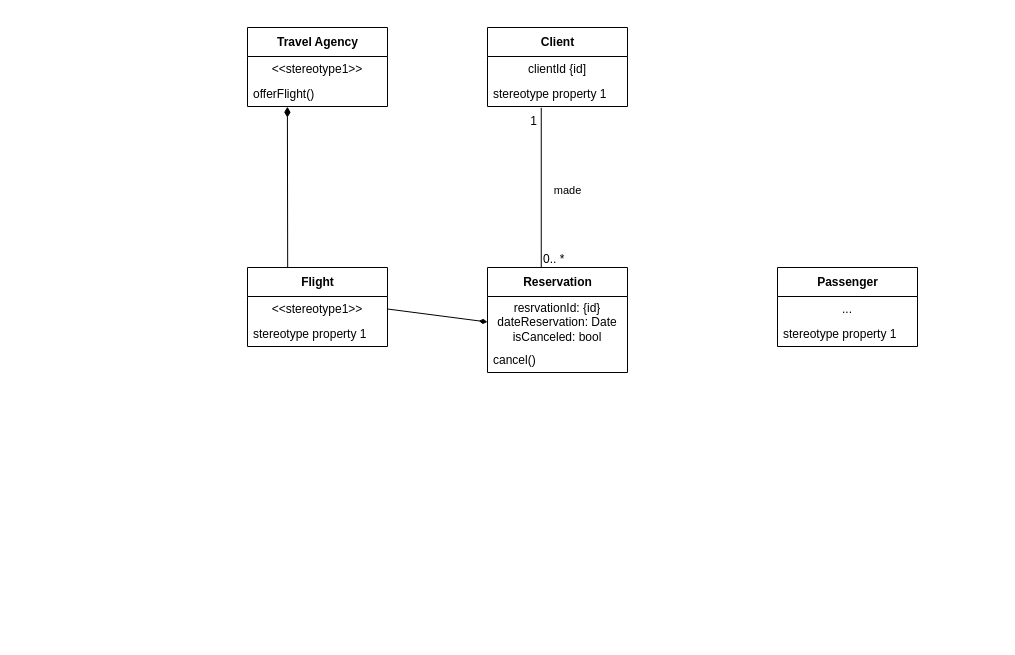
Earlier version of the draw.io diagram diag_class.drawio (plx-edu/brief-travel-uml). Source tidied: cells renumbered, new cells numbered last; positions are measured from the earlier drawing's top-left corner, leaving out a move shared by most shapes. Both pictures are drawn from the tidied source at 100%, with x=0, y=0 at pixel (247, 27).
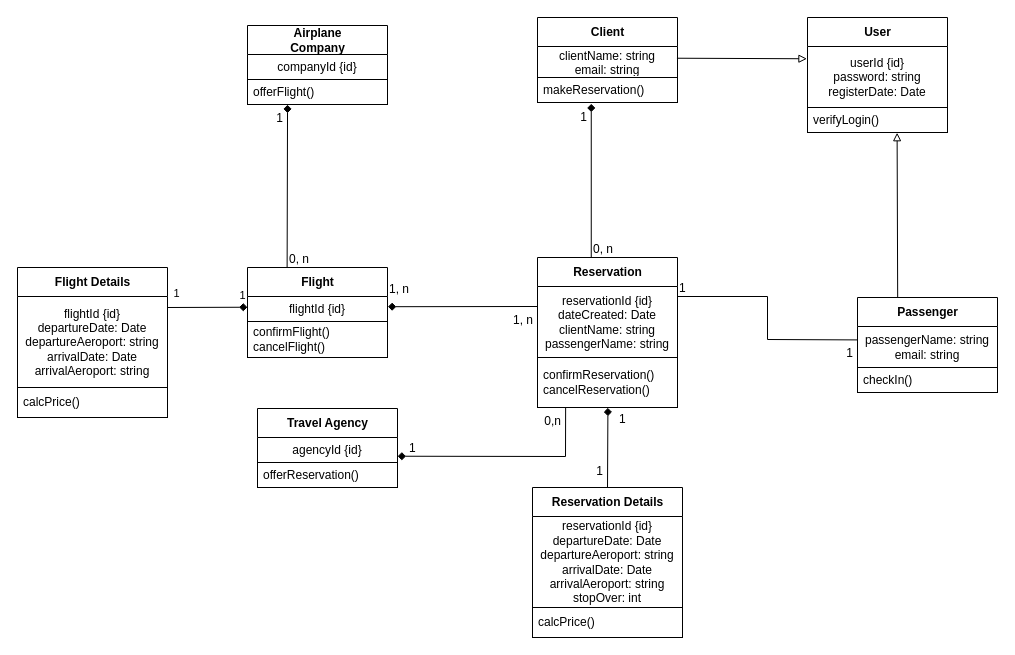
The same page after the edit.

Commit message (it also covers changes not shown here):
Updated class diagram, added png file

Change to the diagram source:
```diff
@@
     <mxCell id="2" value="Client" style="swimlane;fontStyle=1;align=center;verticalAlign=middle;horizontal=1;startSize=29;html=1;" parent="1" vertex="1">
-      <mxGeometry x="240" width="140" height="79" as="geometry" />
+      <mxGeometry x="290" y="-10" width="140" height="85" as="geometry" />
     </mxCell>
-    <mxCell id="3" value="clientId {id]" style="text;html=1;strokeColor=none;fillColor=none;align=center;verticalAlign=middle;spacingLeft=4;spacingRight=4;overflow=hidden;points=[[0,0.5],[1,0.5]];portConstraint=eastwest;" parent="2" vertex="1">
-      <mxGeometry y="29" width="140" height="25" as="geometry" />
+    <mxCell id="3" value="clientName: string&lt;br&gt;email: string" style="text;html=1;strokeColor=none;fillColor=none;align=center;verticalAlign=middle;spacingLeft=4;spacingRight=4;overflow=hidden;points=[[0,0.5],[1,0.5]];portConstraint=eastwest;" parent="2" vertex="1">
+      <mxGeometry y="29" width="140" height="31" as="geometry" />
     </mxCell>
-    <mxCell id="4" value="stereotype property 1" style="text;html=1;strokeColor=none;fillColor=none;align=left;verticalAlign=middle;spacingLeft=4;spacingRight=4;overflow=hidden;points=[[0,0.5],[1,0.5]];portConstraint=eastwest;" parent="2" vertex="1">
-      <mxGeometry y="54" width="140" height="25" as="geometry" />
+    <mxCell id="4" value="makeReservation()" style="text;html=1;strokeColor=default;fillColor=none;align=left;verticalAlign=middle;spacingLeft=4;spacingRight=4;overflow=hidden;points=[[0,0.5],[1,0.5]];portConstraint=eastwest;" parent="2" vertex="1">
+      <mxGeometry y="60" width="140" height="25" as="geometry" />
     </mxCell>
     <mxCell id="5" value="Flight" style="swimlane;fontStyle=1;align=center;verticalAlign=middle;horizontal=1;startSize=29;html=1;" parent="1" vertex="1">
-      <mxGeometry y="240" width="140" height="79" as="geometry" />
+      <mxGeometry y="240" width="140" height="90" as="geometry" />
     </mxCell>
-    <mxCell id="6" value="&amp;lt;&amp;lt;stereotype1&amp;gt;&amp;gt;" style="text;html=1;strokeColor=none;fillColor=none;align=center;verticalAlign=middle;spacingLeft=4;spacingRight=4;overflow=hidden;points=[[0,0.5],[1,0.5]];portConstraint=eastwest;" parent="5" vertex="1">
+    <mxCell id="6" value="flightId {id}" style="text;html=1;strokeColor=none;fillColor=none;align=center;verticalAlign=middle;spacingLeft=4;spacingRight=4;overflow=hidden;points=[[0,0.5],[1,0.5]];portConstraint=eastwest;" parent="5" vertex="1">
       <mxGeometry y="29" width="140" height="25" as="geometry" />
     </mxCell>
-    <mxCell id="7" value="stereotype property 1" style="text;html=1;strokeColor=none;fillColor=none;align=left;verticalAlign=middle;spacingLeft=4;spacingRight=4;overflow=hidden;" parent="5" vertex="1">
-      <mxGeometry y="54" width="140" height="25" as="geometry" />
+    <mxCell id="7" value="confirmFlight()&lt;br&gt;cancelFlight()" style="text;html=1;strokeColor=default;fillColor=none;align=left;verticalAlign=middle;spacingLeft=4;spacingRight=4;overflow=hidden;" parent="5" vertex="1">
+      <mxGeometry y="54" width="140" height="36" as="geometry" />
     </mxCell>
-    <mxCell id="8" value="Travel Agency" style="swimlane;fontStyle=1;align=center;verticalAlign=middle;horizontal=1;startSize=29;html=1;" parent="1" vertex="1">
-      <mxGeometry width="140" height="79" as="geometry" />
+    <mxCell id="8" value="Airplane&lt;br&gt;Company" style="swimlane;fontStyle=1;align=center;verticalAlign=middle;horizontal=1;startSize=29;html=1;" parent="1" vertex="1">
+      <mxGeometry y="-2" width="140" height="79" as="geometry" />
     </mxCell>
-    <mxCell id="9" value="&amp;lt;&amp;lt;stereotype1&amp;gt;&amp;gt;" style="text;html=1;strokeColor=none;fillColor=none;align=center;verticalAlign=middle;spacingLeft=4;spacingRight=4;overflow=hidden;" parent="8" vertex="1">
+    <mxCell id="9" value="companyId {id}" style="text;html=1;strokeColor=none;fillColor=none;align=center;verticalAlign=middle;spacingLeft=4;spacingRight=4;overflow=hidden;" parent="8" vertex="1">
       <mxGeometry y="29" width="140" height="25" as="geometry" />
     </mxCell>
-    <mxCell id="10" value="offerFlight()" style="text;html=1;strokeColor=none;fillColor=none;align=left;verticalAlign=middle;spacingLeft=4;spacingRight=4;overflow=hidden;points=[[0,0.5],[1,0.5]];portConstraint=eastwest;" parent="8" vertex="1">
+    <mxCell id="10" value="offerFlight()" style="text;html=1;strokeColor=default;fillColor=none;align=left;verticalAlign=middle;spacingLeft=4;spacingRight=4;overflow=hidden;points=[[0,0.5],[1,0.5]];portConstraint=eastwest;" parent="8" vertex="1">
       <mxGeometry y="54" width="140" height="25" as="geometry" />
     </mxCell>
-    <mxCell id="11" style="endArrow=none;startArrow=diamondThin;endFill=0;startFill=1;html=1;verticalAlign=bottom;labelBackgroundColor=none;strokeWidth=1;startSize=8;endSize=8;exitX=0.285;exitY=1.009;exitDx=0;exitDy=0;exitPerimeter=0;entryX=0.287;entryY=0;entryDx=0;entryDy=0;entryPerimeter=0;" parent="1" edge="1" source="10" target="5">
-      <mxGeometry relative="1" as="geometry" />
-    </mxCell>
     <mxCell id="12" value="Reservation" style="swimlane;fontStyle=1;align=center;verticalAlign=middle;horizontal=1;startSize=29;html=1;" parent="1" vertex="1">
-      <mxGeometry x="240" y="240" width="140" height="105" as="geometry" />
+      <mxGeometry x="290" y="230" width="140" height="150" as="geometry" />
     </mxCell>
-    <mxCell id="13" value="resrvationId: {id}&lt;br&gt;dateReservation: Date&lt;br&gt;isCanceled: bool" style="text;html=1;strokeColor=none;fillColor=none;align=center;verticalAlign=middle;spacingLeft=4;spacingRight=4;overflow=hidden;points=[[0,0.5],[1,0.5]];portConstraint=eastwest;" parent="12" vertex="1">
-      <mxGeometry y="29" width="140" height="51" as="geometry" />
+    <mxCell id="13" value="reservationId {id}&lt;br&gt;dateCreated: Date&lt;br&gt;clientName: string&lt;br&gt;passengerName: string" style="text;html=1;strokeColor=none;fillColor=none;align=center;verticalAlign=middle;spacingLeft=4;spacingRight=4;overflow=hidden;points=[[0,0.5],[1,0.5]];portConstraint=eastwest;" parent="12" vertex="1">
+      <mxGeometry y="29" width="140" height="71" as="geometry" />
     </mxCell>
-    <mxCell id="14" value="cancel()" style="text;html=1;strokeColor=none;fillColor=none;align=left;verticalAlign=middle;spacingLeft=4;spacingRight=4;overflow=hidden;points=[[0,0.5],[1,0.5]];portConstraint=eastwest;" parent="12" vertex="1">
-      <mxGeometry y="80" width="140" height="25" as="geometry" />
+    <mxCell id="14" value="confirmReservation()&lt;br&gt;cancelReservation()" style="text;html=1;strokeColor=default;fillColor=none;align=left;verticalAlign=middle;spacingLeft=4;spacingRight=4;overflow=hidden;points=[[0,0.5],[1,0.5]];portConstraint=eastwest;" parent="12" vertex="1">
+      <mxGeometry y="100" width="140" height="50" as="geometry" />
     </mxCell>
-    <mxCell id="15" value="made" style="endArrow=none;html=1;rounded=0;align=center;verticalAlign=top;endFill=0;labelBackgroundColor=none;entryX=0.384;entryY=1.051;entryDx=0;entryDy=0;entryPerimeter=0;exitX=0.384;exitY=0;exitDx=0;exitDy=0;exitPerimeter=0;" parent="1" edge="1" source="12" target="4">
+    <mxCell id="15" style="endArrow=diamond;html=1;rounded=0;align=center;verticalAlign=top;endFill=1;labelBackgroundColor=none;entryX=0.384;entryY=1.051;entryDx=0;entryDy=0;entryPerimeter=0;exitX=0.384;exitY=0;exitDx=0;exitDy=0;exitPerimeter=0;" parent="1" edge="1" source="12" target="4">
       <mxGeometry x="0.13" y="-26" relative="1" as="geometry" />
     </mxCell>
-    <mxCell id="16" value="0.. *" style="html=1;align=left;verticalAlign=bottom;labelBackgroundColor=none;" parent="15" vertex="1">
+    <mxCell id="16" value="0, n" style="html=1;align=left;verticalAlign=bottom;labelBackgroundColor=none;" parent="15" vertex="1">
       <mxGeometry x="-1" relative="1" as="geometry" />
     </mxCell>
@@
-    <mxCell id="18" style="edgeStyle=none;html=1;exitX=1;exitY=0.5;exitDx=0;exitDy=0;entryX=0;entryY=0.5;entryDx=0;entryDy=0;endArrow=diamondThin;endFill=1;" parent="1" edge="1" source="6" target="13">
-      <mxGeometry relative="1" as="geometry" />
-    </mxCell>
     <mxCell id="19" value="Passenger" style="swimlane;fontStyle=1;align=center;verticalAlign=middle;horizontal=1;startSize=29;html=1;" parent="1" vertex="1">
-      <mxGeometry x="530" y="240" width="140" height="79" as="geometry" />
+      <mxGeometry x="610" y="270" width="140" height="95" as="geometry" />
     </mxCell>
-    <mxCell id="20" value="..." style="text;html=1;strokeColor=none;fillColor=none;align=center;verticalAlign=middle;spacingLeft=4;spacingRight=4;overflow=hidden;points=[[0,0.5],[1,0.5]];portConstraint=eastwest;" parent="19" vertex="1">
-      <mxGeometry y="29" width="140" height="25" as="geometry" />
+    <mxCell id="20" value="passengerName: string&lt;br&gt;email: string" style="text;html=1;strokeColor=none;fillColor=none;align=center;verticalAlign=middle;spacingLeft=4;spacingRight=4;overflow=hidden;points=[[0,0.5],[1,0.5]];portConstraint=eastwest;" parent="19" vertex="1">
+      <mxGeometry y="29" width="140" height="41" as="geometry" />
     </mxCell>
-    <mxCell id="21" value="stereotype property 1" style="text;html=1;strokeColor=none;fillColor=none;align=left;verticalAlign=middle;spacingLeft=4;spacingRight=4;overflow=hidden;" parent="19" vertex="1">
-      <mxGeometry y="54" width="140" height="25" as="geometry" />
+    <mxCell id="21" value="checkIn()" style="text;html=1;strokeColor=default;fillColor=none;align=left;verticalAlign=middle;spacingLeft=4;spacingRight=4;overflow=hidden;" parent="19" vertex="1">
+      <mxGeometry y="70" width="140" height="25" as="geometry" />
     </mxCell>
+    <mxCell id="22" value="Travel Agency" style="swimlane;fontStyle=1;align=center;verticalAlign=middle;horizontal=1;startSize=29;html=1;" parent="1" vertex="1">
+      <mxGeometry x="10" y="381" width="140" height="79" as="geometry" />
+    </mxCell>
+    <mxCell id="23" value="agencyId {id}" style="text;html=1;strokeColor=none;fillColor=none;align=center;verticalAlign=middle;spacingLeft=4;spacingRight=4;overflow=hidden;points=[[0,0.5],[1,0.5]];portConstraint=eastwest;" parent="22" vertex="1">
+      <mxGeometry y="29" width="140" height="25" as="geometry" />
+    </mxCell>
+    <mxCell id="24" value="offerReservation()" style="text;html=1;strokeColor=default;fillColor=none;align=left;verticalAlign=middle;spacingLeft=4;spacingRight=4;overflow=hidden;" parent="22" vertex="1">
+      <mxGeometry y="54" width="140" height="25" as="geometry" />
+    </mxCell>
+    <mxCell id="25" style="endArrow=none;html=1;rounded=0;align=center;verticalAlign=top;endFill=0;labelBackgroundColor=none;entryX=-0.001;entryY=0.327;entryDx=0;entryDy=0;entryPerimeter=0;" parent="1" edge="1" target="20">
+      <mxGeometry x="0.18" relative="1" as="geometry">
+        <mxPoint x="430" y="269" as="sourcePoint" />
+        <Array as="points">
+          <mxPoint x="520" y="269" />
+          <mxPoint x="520" y="312" />
+        </Array>
+      </mxGeometry>
+    </mxCell>
+    <mxCell id="26" value="1" style="html=1;align=left;verticalAlign=bottom;labelBackgroundColor=none;" parent="25" vertex="1">
+      <mxGeometry x="-1" relative="1" as="geometry" />
+    </mxCell>
+    <mxCell id="27" value="1" style="html=1;align=right;verticalAlign=top;labelBackgroundColor=none;" parent="25" vertex="1">
+      <mxGeometry x="1" relative="1" as="geometry">
+        <mxPoint x="-4" as="offset" />
+      </mxGeometry>
+    </mxCell>
+    <mxCell id="28" style="endArrow=diamond;html=1;rounded=0;align=center;verticalAlign=top;endFill=1;labelBackgroundColor=none;entryX=0.286;entryY=1.008;entryDx=0;entryDy=0;entryPerimeter=0;exitX=0.283;exitY=0;exitDx=0;exitDy=0;exitPerimeter=0;startArrow=none;startFill=0;" parent="1" edge="1" source="5" target="10">
+      <mxGeometry x="0.13" y="-26" relative="1" as="geometry" />
+    </mxCell>
+    <mxCell id="29" value="0, n" style="html=1;align=left;verticalAlign=bottom;labelBackgroundColor=none;" parent="28" vertex="1">
+      <mxGeometry x="-1" relative="1" as="geometry" />
+    </mxCell>
+    <mxCell id="30" value="1" style="html=1;align=right;verticalAlign=top;labelBackgroundColor=none;" parent="28" vertex="1">
+      <mxGeometry x="1" relative="1" as="geometry">
+        <mxPoint x="-4" as="offset" />
+      </mxGeometry>
+    </mxCell>
+    <mxCell id="31" style="endArrow=none;html=1;rounded=0;align=center;verticalAlign=top;endFill=0;labelBackgroundColor=none;exitX=1.003;exitY=0.408;exitDx=0;exitDy=0;exitPerimeter=0;startArrow=diamond;startFill=1;" parent="1" edge="1" source="6">
+      <mxGeometry x="-0.07" y="5" relative="1" as="geometry">
+        <mxPoint x="290" y="279" as="targetPoint" />
+      </mxGeometry>
+    </mxCell>
+    <mxCell id="32" value="1, n" style="html=1;align=left;verticalAlign=bottom;labelBackgroundColor=none;" parent="31" vertex="1">
+      <mxGeometry x="-1" relative="1" as="geometry">
+        <mxPoint y="-9" as="offset" />
+      </mxGeometry>
+    </mxCell>
+    <mxCell id="33" value="1, n" style="html=1;align=right;verticalAlign=top;labelBackgroundColor=none;" parent="31" vertex="1">
+      <mxGeometry x="1" relative="1" as="geometry">
+        <mxPoint x="-4" as="offset" />
+      </mxGeometry>
+    </mxCell>
+    <mxCell id="34" style="endArrow=none;html=1;rounded=0;align=center;verticalAlign=top;endFill=0;labelBackgroundColor=none;entryX=0.201;entryY=1.001;entryDx=0;entryDy=0;entryPerimeter=0;exitX=1.001;exitY=0.749;exitDx=0;exitDy=0;exitPerimeter=0;startArrow=diamond;startFill=1;" parent="1" edge="1" source="23" target="14">
+      <mxGeometry x="-0.39" y="1" relative="1" as="geometry">
+        <Array as="points">
+          <mxPoint x="318" y="429" />
+        </Array>
+      </mxGeometry>
+    </mxCell>
+    <mxCell id="35" value="1" style="html=1;align=left;verticalAlign=bottom;labelBackgroundColor=none;" parent="34" vertex="1">
+      <mxGeometry x="-1" relative="1" as="geometry">
+        <mxPoint x="10" as="offset" />
+      </mxGeometry>
+    </mxCell>
+    <mxCell id="36" value="0,n" style="html=1;align=right;verticalAlign=top;labelBackgroundColor=none;" parent="34" vertex="1">
+      <mxGeometry x="1" relative="1" as="geometry">
+        <mxPoint x="-4" as="offset" />
+      </mxGeometry>
+    </mxCell>
+    <mxCell id="37" value="User" style="swimlane;fontStyle=1;align=center;verticalAlign=middle;horizontal=1;startSize=29;html=1;" parent="1" vertex="1">
+      <mxGeometry x="560" y="-10" width="140" height="115" as="geometry" />
+    </mxCell>
+    <mxCell id="38" value="userId {id}&lt;br&gt;password: string&lt;br&gt;registerDate: Date" style="text;html=1;strokeColor=none;fillColor=none;align=center;verticalAlign=middle;spacingLeft=4;spacingRight=4;overflow=hidden;points=[[0,0.5],[1,0.5]];portConstraint=eastwest;" parent="37" vertex="1">
+      <mxGeometry y="29" width="140" height="61" as="geometry" />
+    </mxCell>
+    <mxCell id="39" value="verifyLogin()" style="text;html=1;strokeColor=default;fillColor=none;align=left;verticalAlign=middle;spacingLeft=4;spacingRight=4;overflow=hidden;points=[[0,0.5],[1,0.5]];portConstraint=eastwest;" parent="37" vertex="1">
+      <mxGeometry y="90" width="140" height="25" as="geometry" />
+    </mxCell>
+    <mxCell id="40" style="endArrow=block;html=1;rounded=0;align=center;verticalAlign=top;endFill=0;labelBackgroundColor=none;entryX=-0.004;entryY=0.201;entryDx=0;entryDy=0;exitX=0.996;exitY=0.378;exitDx=0;exitDy=0;startArrow=none;startFill=0;entryPerimeter=0;exitPerimeter=0;" parent="1" edge="1" source="3" target="38">
+      <mxGeometry x="0.13" y="-26" relative="1" as="geometry" />
+    </mxCell>
+    <mxCell id="41" style="html=1;align=left;verticalAlign=bottom;labelBackgroundColor=none;" parent="40" vertex="1">
+      <mxGeometry x="-1" relative="1" as="geometry" />
+    </mxCell>
+    <mxCell id="42" style="html=1;align=right;verticalAlign=top;labelBackgroundColor=none;" parent="40" vertex="1">
+      <mxGeometry x="1" relative="1" as="geometry">
+        <mxPoint x="-4" as="offset" />
+      </mxGeometry>
+    </mxCell>
+    <mxCell id="43" value="Reservation Details" style="swimlane;fontStyle=1;align=center;verticalAlign=middle;horizontal=1;startSize=29;html=1;" parent="1" vertex="1">
+      <mxGeometry x="285" y="460" width="150" height="120" as="geometry" />
+    </mxCell>
+    <mxCell id="44" value="reservationId {id}&lt;br&gt;departureDate: Date&lt;br&gt;departureAeroport: string&lt;br&gt;arrivalDate: Date&lt;br&gt;arrivalAeroport: string&lt;br&gt;stopOver: int" style="text;html=1;strokeColor=none;fillColor=none;align=center;verticalAlign=middle;spacingLeft=4;spacingRight=4;overflow=hidden;" parent="43" vertex="1">
+      <mxGeometry y="29" width="150" height="91" as="geometry" />
+    </mxCell>
+    <mxCell id="45" style="endArrow=none;html=1;rounded=0;align=center;verticalAlign=top;endFill=0;labelBackgroundColor=none;entryX=0.5;entryY=0;entryDx=0;entryDy=0;exitX=0.503;exitY=1.006;exitDx=0;exitDy=0;exitPerimeter=0;startArrow=diamond;startFill=1;" parent="1" edge="1" source="14" target="43">
+      <mxGeometry x="-0.07" y="5" relative="1" as="geometry" />
+    </mxCell>
+    <mxCell id="46" value="1" style="html=1;align=left;verticalAlign=bottom;labelBackgroundColor=none;" parent="45" vertex="1">
+      <mxGeometry x="-1" relative="1" as="geometry">
+        <mxPoint x="10" y="20" as="offset" />
+      </mxGeometry>
+    </mxCell>
+    <mxCell id="47" value="1" style="html=1;align=right;verticalAlign=top;labelBackgroundColor=none;" parent="45" vertex="1">
+      <mxGeometry x="1" relative="1" as="geometry">
+        <mxPoint x="-4" y="-30" as="offset" />
+      </mxGeometry>
+    </mxCell>
+    <mxCell id="48" value="Flight Details" style="swimlane;fontStyle=1;align=center;verticalAlign=middle;horizontal=1;startSize=29;html=1;" parent="1" vertex="1">
+      <mxGeometry x="-230" y="240" width="150" height="150" as="geometry" />
+    </mxCell>
+    <mxCell id="49" value="flightId {id}&lt;br&gt;departureDate: Date&lt;br&gt;departureAeroport: string&lt;br&gt;arrivalDate: Date&lt;br&gt;arrivalAeroport: string" style="text;html=1;strokeColor=none;fillColor=none;align=center;verticalAlign=middle;spacingLeft=4;spacingRight=4;overflow=hidden;points=[[0,0.5],[1,0.5]];portConstraint=eastwest;" parent="48" vertex="1">
+      <mxGeometry y="29" width="150" height="91" as="geometry" />
+    </mxCell>
+    <mxCell id="50" value="calcPrice()" style="text;html=1;strokeColor=default;fillColor=none;align=left;verticalAlign=middle;spacingLeft=4;spacingRight=4;overflow=hidden;" parent="48" vertex="1">
+      <mxGeometry y="120" width="150" height="30" as="geometry" />
+    </mxCell>
+    <mxCell id="51" style="edgeStyle=none;html=1;startArrow=none;startFill=0;endArrow=diamond;endFill=1;entryX=0;entryY=0.429;entryDx=0;entryDy=0;exitX=1;exitY=0.121;exitDx=0;exitDy=0;exitPerimeter=0;entryPerimeter=0;" parent="1" edge="1" source="49" target="6">
+      <mxGeometry relative="1" as="geometry" />
+    </mxCell>
+    <mxCell id="52" value="1" style="edgeLabel;html=1;align=center;verticalAlign=middle;labelBackgroundColor=none;" parent="51" vertex="1">
+      <mxGeometry x="-0.87" y="1" relative="1" as="geometry">
+        <mxPoint x="4" y="-13" as="offset" />
+      </mxGeometry>
+    </mxCell>
+    <mxCell id="53" value="1" style="edgeLabel;html=1;align=center;verticalAlign=middle;labelBackgroundColor=none;" parent="51" vertex="1">
+      <mxGeometry x="0.85" y="-1" relative="1" as="geometry">
+        <mxPoint y="-13" as="offset" />
+      </mxGeometry>
+    </mxCell>
+    <mxCell id="54" value="calcPrice()" style="text;html=1;strokeColor=default;fillColor=none;align=left;verticalAlign=middle;spacingLeft=4;spacingRight=4;overflow=hidden;" parent="1" vertex="1">
+      <mxGeometry x="285" y="580" width="150" height="30" as="geometry" />
+    </mxCell>
+    <mxCell id="55" style="endArrow=block;html=1;rounded=0;align=center;verticalAlign=top;endFill=0;labelBackgroundColor=none;exitX=0.287;exitY=0;exitDx=0;exitDy=0;exitPerimeter=0;startArrow=none;startFill=0;entryX=0.64;entryY=1.009;entryDx=0;entryDy=0;entryPerimeter=0;" parent="1" edge="1" source="19" target="39">
+      <mxGeometry x="0.13" y="-26" relative="1" as="geometry" />
+    </mxCell>
+    <mxCell id="56" style="html=1;align=left;verticalAlign=bottom;labelBackgroundColor=none;" parent="55" vertex="1">
+      <mxGeometry x="-1" relative="1" as="geometry" />
+    </mxCell>
+    <mxCell id="57" style="html=1;align=right;verticalAlign=top;labelBackgroundColor=none;" parent="55" vertex="1">
+      <mxGeometry x="1" relative="1" as="geometry">
+        <mxPoint x="-4" as="offset" />
+      </mxGeometry>
+    </mxCell>
```
